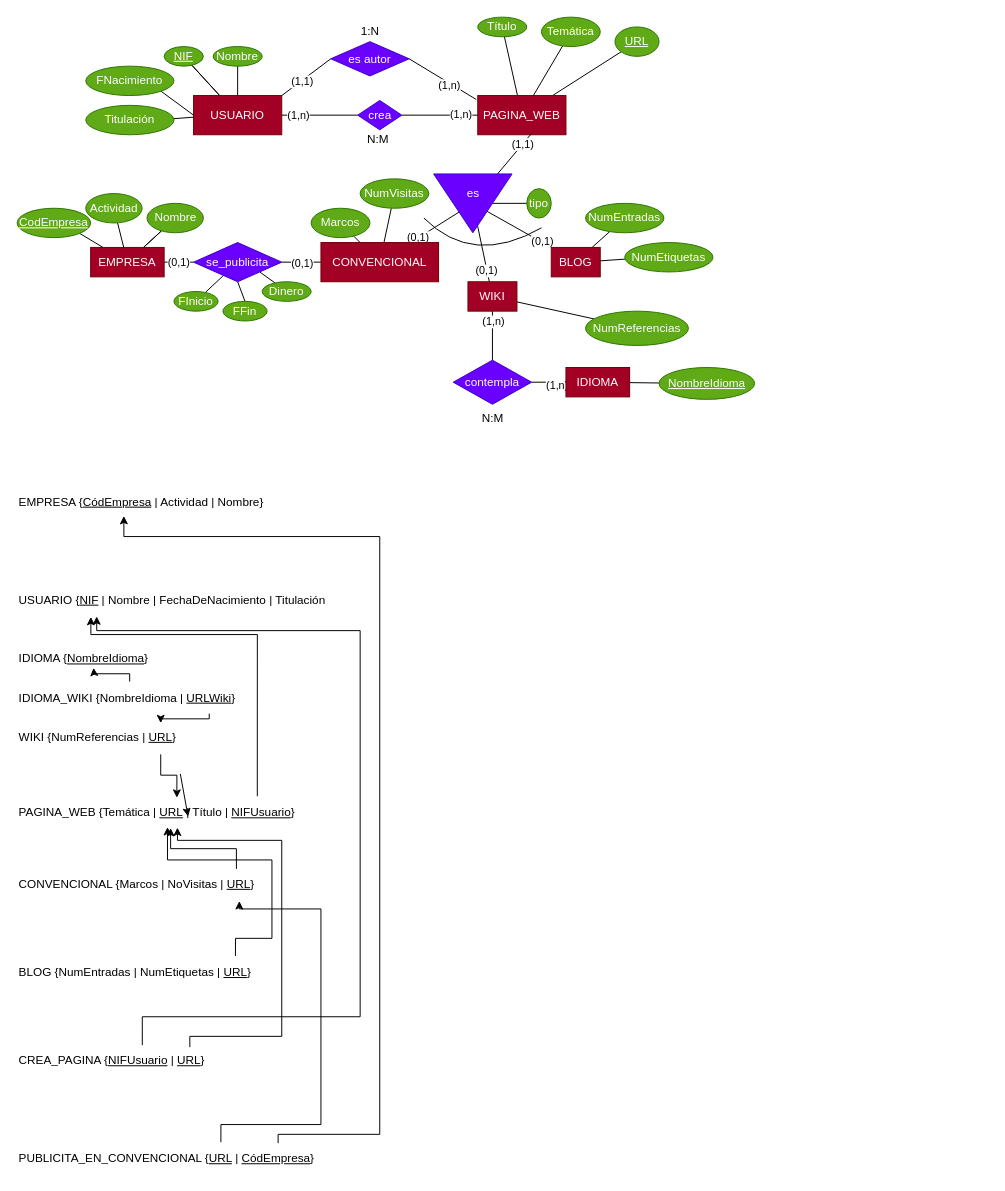
Before: page "Ejercicio 9" (2 of 3) of Ejercicio8-9-10.drawio in antonionavarro04/diagramas, a draw.io diagram. Source tidied: cells renumbered, new cells numbered last; positions are measured from the earlier drawing's top-left corner, leaving out a move shared by most shapes. Both pictures are drawn from the tidied source at 98%, with x=0, y=0 at pixel (17, 17).
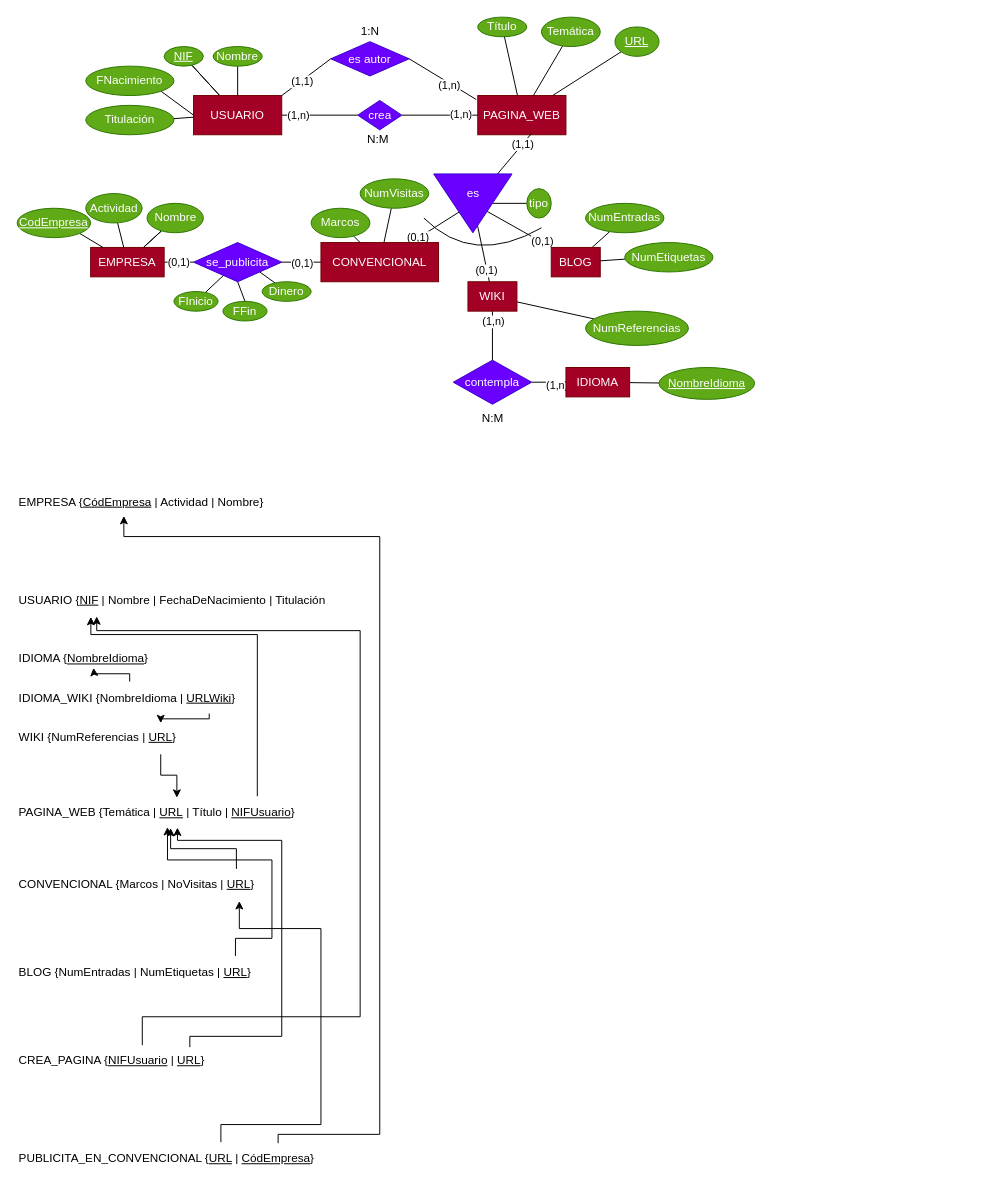
Above is the later version.

Unchanged cells that the change refers to:
```xml
<mxCell id="88" value="CONVENCIONAL {Marcos | NoVisitas | &lt;u&gt;URL&lt;/u&gt;}" style="text;html=1;strokeColor=none;fillColor=none;align=left;verticalAlign=middle;whiteSpace=wrap;rounded=0;fontStyle=0;" parent="1" vertex="1">
  <mxGeometry y="870" width="990" height="30" as="geometry" />
</mxCell>
<mxCell id="102" value="PUBLICITA_EN_CONVENCIONAL {&lt;u&gt;URL&lt;/u&gt; | &lt;u&gt;CódEmpresa&lt;/u&gt;}" style="text;html=1;strokeColor=none;fillColor=none;align=left;verticalAlign=middle;whiteSpace=wrap;rounded=0;fontStyle=0;" parent="1" vertex="1">
  <mxGeometry y="1150" width="990" height="30" as="geometry" />
</mxCell>
```

What changed in the source:
```diff
@@
-    <mxCell id="98" style="endArrow=classic;html=1;rounded=0;exitX=0.148;exitY=1.074;exitDx=0;exitDy=0;exitPerimeter=0;entryX=0.156;entryY=-0.048;entryDx=0;entryDy=0;entryPerimeter=0;endFill=1;" parent="1" edge="1">
-      <mxGeometry relative="1" as="geometry">
-        <mxPoint x="166.5" y="772.2" as="sourcePoint" />
-        <mxPoint x="174.4" y="815.6" as="targetPoint" />
-      </mxGeometry>
-    </mxCell>
@@
     <mxCell id="103" style="endArrow=classic;html=1;rounded=0;exitX=0.21;exitY=-0.067;exitDx=0;exitDy=0;exitPerimeter=0;endFill=1;entryX=0.229;entryY=1.067;entryDx=0;entryDy=0;entryPerimeter=0;edgeStyle=orthogonalEdgeStyle;" parent="1" edge="1" source="102" target="88">
       <mxGeometry relative="1" as="geometry">
         <Array as="points">
           <mxPoint x="208" y="1130" />
           <mxPoint x="310" y="1130" />
-          <mxPoint x="310" y="910" />
-          <mxPoint x="227" y="910" />
+          <mxPoint x="310" y="930" />
+          <mxPoint x="227" y="930" />
         </Array>
       </mxGeometry>
     </mxCell>
```
